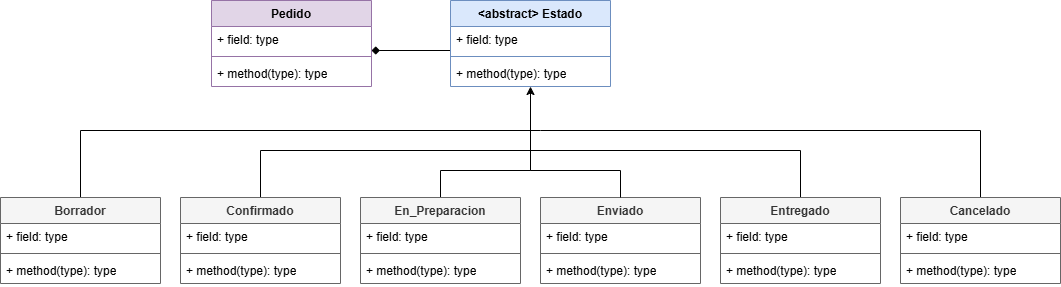
The draw.io diagram src/Pedido/UML.png in saenzlucas/UNQShop, before a commit. Source tidied: cells renumbered, new cells last; positions are measured from the earlier drawing's top-left corner, leaving out a move shared by most shapes.
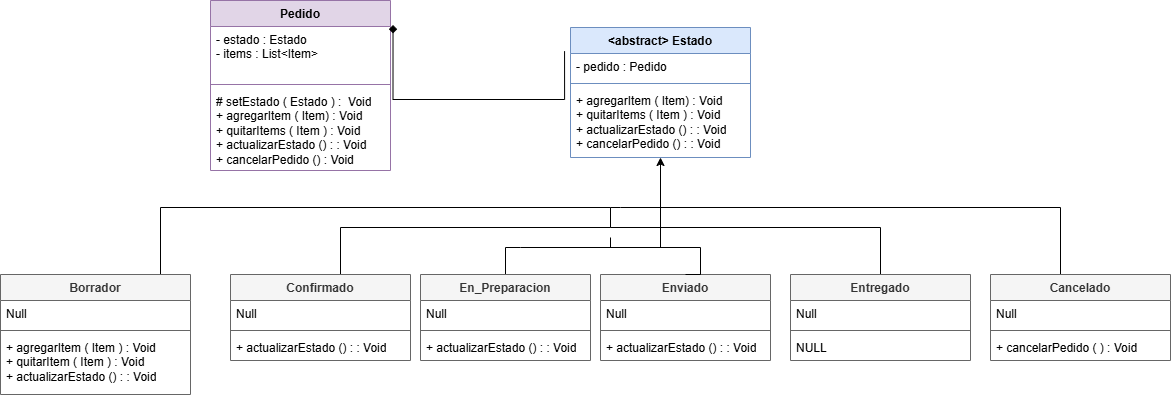
The same file after the commit.

Commit message:
se actualiza el UML

What changed in the source:
```diff
@@ -3,131 +3,131 @@
     <mxCell id="0" />
     <mxCell id="1" parent="0" />
     <mxCell id="2" value="Pedido" style="swimlane;fontStyle=1;align=center;verticalAlign=top;horizontal=1;startSize=26;whiteSpace=wrap;html=1;fillColor=#e1d5e7;strokeColor=#9673a6;" parent="1" vertex="1">
-      <mxGeometry x="211" width="160" height="86" as="geometry" />
+      <mxGeometry x="130" y="-77" width="180" height="170" as="geometry" />
     </mxCell>
-    <mxCell id="3" value="+ field: type" style="text;strokeColor=none;fillColor=none;align=left;verticalAlign=top;spacingLeft=4;spacingRight=4;overflow=hidden;whiteSpace=wrap;html=1;" parent="2" vertex="1">
-      <mxGeometry y="26" width="160" height="26" as="geometry" />
-    </mxCell>
-    <mxCell id="4" style="line;strokeWidth=1;fillColor=none;align=left;verticalAlign=middle;spacingTop=-1;spacingLeft=3;spacingRight=3;labelPosition=right;strokeColor=inherit;" parent="2" vertex="1">
-      <mxGeometry y="52" width="160" height="8" as="geometry" />
-    </mxCell>
-    <mxCell id="5" value="+ method(type): type" style="text;strokeColor=none;fillColor=none;align=left;verticalAlign=top;spacingLeft=4;spacingRight=4;overflow=hidden;whiteSpace=wrap;html=1;" parent="2" vertex="1">
-      <mxGeometry y="60" width="160" height="26" as="geometry" />
-    </mxCell>
-    <mxCell id="6" style="edgeStyle=orthogonalEdgeStyle;rounded=0;jettySize=auto;html=1;endArrow=diamond;endFill=1;exitX=-0.001;exitY=0.928;exitDx=0;exitDy=0;exitPerimeter=0;" parent="1" edge="1" source="8">
-      <mxGeometry relative="1" as="geometry">
-        <mxPoint x="371" y="50" as="targetPoint" />
-        <Array as="points">
-          <mxPoint x="371" y="50" />
-        </Array>
-      </mxGeometry>
-    </mxCell>
+    <mxCell id="41" value="- estado : Estado&lt;div&gt;- items : List&amp;lt;Item&amp;gt;&lt;/div&gt;" style="text;strokeColor=none;fillColor=none;align=left;verticalAlign=top;spacingLeft=4;spacingRight=4;overflow=hidden;whiteSpace=wrap;html=1;" parent="2" vertex="1">
+      <mxGeometry y="26" width="180" height="54" as="geometry" />
+    </mxCell>
+    <mxCell id="42" style="line;strokeWidth=1;fillColor=none;align=left;verticalAlign=middle;spacingTop=-1;spacingLeft=3;spacingRight=3;labelPosition=right;strokeColor=inherit;" parent="2" vertex="1">
+      <mxGeometry y="80" width="180" height="8" as="geometry" />
+    </mxCell>
+    <mxCell id="43" value="# setEstado ( Estado ) :&amp;nbsp; Void&lt;div&gt;+ agregarItem ( Item) : Void&lt;/div&gt;&lt;div&gt;+ quitarItems ( Item ) : Void&amp;nbsp;&lt;/div&gt;&lt;div&gt;+ actualizarEstado () : : Void&lt;/div&gt;&lt;div&gt;+ cancelarPedido () : Void&lt;/div&gt;" style="text;strokeColor=none;fillColor=none;align=left;verticalAlign=top;spacingLeft=4;spacingRight=4;overflow=hidden;whiteSpace=wrap;html=1;" parent="2" vertex="1">
+      <mxGeometry y="88" width="180" height="82" as="geometry" />
+    </mxCell>
+    <mxCell id="44" style="edgeStyle=orthogonalEdgeStyle;rounded=0;jettySize=auto;html=1;endArrow=diamond;endFill=1;exitX=-0.033;exitY=0.182;exitDx=0;exitDy=0;exitPerimeter=0;entryX=1.014;entryY=0.144;entryDx=0;entryDy=0;entryPerimeter=0;" parent="1" edge="1" source="7" target="2">
+      <mxGeometry relative="1" as="geometry">
+        <Array as="points">
+          <mxPoint x="485" y="22" />
+          <mxPoint x="313" y="22" />
+        </Array>
+      </mxGeometry>
+    </mxCell>
     <mxCell id="7" value="&amp;lt;abstract&amp;gt; Estado&lt;div&gt;&lt;br&gt;&lt;/div&gt;" style="swimlane;fontStyle=1;align=center;verticalAlign=top;horizontal=1;startSize=26;whiteSpace=wrap;html=1;fillColor=#dae8fc;strokeColor=#6c8ebf;" parent="1" vertex="1">
-      <mxGeometry x="450" width="160" height="86" as="geometry" />
+      <mxGeometry x="490" y="-50" width="180" height="130" as="geometry" />
     </mxCell>
-    <mxCell id="8" value="+ field: type" style="text;strokeColor=none;fillColor=none;align=left;verticalAlign=top;spacingLeft=4;spacingRight=4;overflow=hidden;points=[[0,0.5],[1,0.5]];portConstraint=eastwest;whiteSpace=wrap;html=1;" parent="7" vertex="1">
-      <mxGeometry y="26" width="160" height="26" as="geometry" />
-    </mxCell>
-    <mxCell id="9" style="line;strokeWidth=1;fillColor=none;align=left;verticalAlign=middle;spacingTop=-1;spacingLeft=3;spacingRight=3;labelPosition=right;strokeColor=inherit;" parent="7" vertex="1">
-      <mxGeometry y="52" width="160" height="8" as="geometry" />
-    </mxCell>
-    <mxCell id="10" value="+ method(type): type" style="text;strokeColor=none;fillColor=none;align=left;verticalAlign=top;spacingLeft=4;spacingRight=4;overflow=hidden;whiteSpace=wrap;html=1;" parent="7" vertex="1">
-      <mxGeometry y="60" width="160" height="26" as="geometry" />
-    </mxCell>
-    <mxCell id="11" style="edgeStyle=orthogonalEdgeStyle;rounded=0;jettySize=auto;html=1;endArrow=none;endFill=0;" parent="1" edge="1" source="12">
-      <mxGeometry relative="1" as="geometry">
-        <mxPoint x="530" y="130" as="targetPoint" />
-        <Array as="points">
-          <mxPoint x="80" y="130" />
-        </Array>
-      </mxGeometry>
-    </mxCell>
+    <mxCell id="45" value="- pedido : Pedido" style="text;strokeColor=none;fillColor=none;align=left;verticalAlign=top;spacingLeft=4;spacingRight=4;overflow=hidden;whiteSpace=wrap;html=1;" parent="7" vertex="1">
+      <mxGeometry y="26" width="180" height="26" as="geometry" />
+    </mxCell>
+    <mxCell id="46" style="line;strokeWidth=1;fillColor=none;align=left;verticalAlign=middle;spacingTop=-1;spacingLeft=3;spacingRight=3;labelPosition=right;strokeColor=inherit;" parent="7" vertex="1">
+      <mxGeometry y="52" width="180" height="8" as="geometry" />
+    </mxCell>
+    <mxCell id="47" value="&lt;div&gt;+ agregarItem ( Item) : Void&lt;/div&gt;&lt;div&gt;+ quitarItems ( Item ) : Void&amp;nbsp;&lt;/div&gt;&lt;div&gt;+ actualizarEstado () : : Void&lt;/div&gt;&lt;div&gt;+ cancelarPedido&lt;span style=&quot;background-color: transparent; color: light-dark(rgb(0, 0, 0), rgb(255, 255, 255));&quot;&gt;&amp;nbsp;() : : Void&lt;/span&gt;&lt;/div&gt;" style="text;strokeColor=none;fillColor=none;align=left;verticalAlign=top;spacingLeft=4;spacingRight=4;overflow=hidden;whiteSpace=wrap;html=1;" parent="7" vertex="1">
+      <mxGeometry y="60" width="180" height="70" as="geometry" />
+    </mxCell>
+    <mxCell id="48" style="edgeStyle=orthogonalEdgeStyle;rounded=0;jettySize=auto;html=1;endArrow=none;endFill=0;" parent="1" edge="1" source="12">
+      <mxGeometry relative="1" as="geometry">
+        <mxPoint x="530" y="130" as="targetPoint" />
+        <Array as="points">
+          <mxPoint x="80" y="130" />
+        </Array>
+      </mxGeometry>
+    </mxCell>
     <mxCell id="12" value="Borrador&lt;div&gt;&lt;br&gt;&lt;/div&gt;" style="swimlane;fontStyle=1;align=center;verticalAlign=top;horizontal=1;startSize=26;whiteSpace=wrap;html=1;fillColor=#f5f5f5;strokeColor=#666666;fontColor=#333333;" parent="1" vertex="1">
-      <mxGeometry y="197" width="160" height="86" as="geometry" />
+      <mxGeometry x="-80" y="197" width="190" height="120" as="geometry" />
     </mxCell>
-    <mxCell id="13" value="+ field: type" style="text;strokeColor=none;fillColor=none;align=left;verticalAlign=top;spacingLeft=4;spacingRight=4;overflow=hidden;whiteSpace=wrap;html=1;" parent="12" vertex="1">
-      <mxGeometry y="26" width="160" height="26" as="geometry" />
-    </mxCell>
-    <mxCell id="14" style="line;strokeWidth=1;fillColor=none;align=left;verticalAlign=middle;spacingTop=-1;spacingLeft=3;spacingRight=3;labelPosition=right;strokeColor=inherit;" parent="12" vertex="1">
-      <mxGeometry y="52" width="160" height="8" as="geometry" />
-    </mxCell>
-    <mxCell id="15" value="+ method(type): type" style="text;strokeColor=none;fillColor=none;align=left;verticalAlign=top;spacingLeft=4;spacingRight=4;overflow=hidden;whiteSpace=wrap;html=1;" parent="12" vertex="1">
-      <mxGeometry y="60" width="160" height="26" as="geometry" />
-    </mxCell>
-    <mxCell id="16" style="edgeStyle=orthogonalEdgeStyle;rounded=0;jettySize=auto;html=1;endArrow=none;endFill=0;exitX=0.5;exitY=0;exitDx=0;exitDy=0;" parent="1" edge="1" source="17">
-      <mxGeometry relative="1" as="geometry">
-        <mxPoint x="530" y="150" as="targetPoint" />
-        <Array as="points">
-          <mxPoint x="260" y="150" />
-        </Array>
-      </mxGeometry>
-    </mxCell>
+    <mxCell id="49" value="Null" style="text;strokeColor=none;fillColor=none;align=left;verticalAlign=top;spacingLeft=4;spacingRight=4;overflow=hidden;whiteSpace=wrap;html=1;" parent="12" vertex="1">
+      <mxGeometry y="26" width="190" height="26" as="geometry" />
+    </mxCell>
+    <mxCell id="50" style="line;strokeWidth=1;fillColor=none;align=left;verticalAlign=middle;spacingTop=-1;spacingLeft=3;spacingRight=3;labelPosition=right;strokeColor=inherit;" parent="12" vertex="1">
+      <mxGeometry y="52" width="190" height="8" as="geometry" />
+    </mxCell>
+    <mxCell id="51" value="+ agregarItem ( Item ) : Void&lt;div&gt;+ quitarItem ( Item ) : Void&lt;/div&gt;&lt;div&gt;+ actualizarEstado () : : Void&lt;/div&gt;" style="text;strokeColor=none;fillColor=none;align=left;verticalAlign=top;spacingLeft=4;spacingRight=4;overflow=hidden;whiteSpace=wrap;html=1;" parent="12" vertex="1">
+      <mxGeometry y="60" width="190" height="60" as="geometry" />
+    </mxCell>
+    <mxCell id="52" style="edgeStyle=orthogonalEdgeStyle;rounded=0;jettySize=auto;html=1;endArrow=none;endFill=0;exitX=0.5;exitY=0;exitDx=0;exitDy=0;" parent="1" edge="1" source="17">
+      <mxGeometry relative="1" as="geometry">
+        <mxPoint x="530" y="150" as="targetPoint" />
+        <Array as="points">
+          <mxPoint x="260" y="150" />
+        </Array>
+      </mxGeometry>
+    </mxCell>
     <mxCell id="17" value="Confirmado&lt;div&gt;&lt;br&gt;&lt;/div&gt;" style="swimlane;fontStyle=1;align=center;verticalAlign=top;horizontal=1;startSize=26;whiteSpace=wrap;html=1;fillColor=#f5f5f5;strokeColor=#666666;fontColor=#333333;" parent="1" vertex="1">
-      <mxGeometry x="180" y="197" width="160" height="86" as="geometry" />
+      <mxGeometry x="150" y="197" width="180" height="86" as="geometry" />
     </mxCell>
-    <mxCell id="18" value="+ field: type" style="text;strokeColor=none;fillColor=none;align=left;verticalAlign=top;spacingLeft=4;spacingRight=4;overflow=hidden;whiteSpace=wrap;html=1;" parent="17" vertex="1">
-      <mxGeometry y="26" width="160" height="26" as="geometry" />
-    </mxCell>
-    <mxCell id="19" style="line;strokeWidth=1;fillColor=none;align=left;verticalAlign=middle;spacingTop=-1;spacingLeft=3;spacingRight=3;labelPosition=right;strokeColor=inherit;" parent="17" vertex="1">
-      <mxGeometry y="52" width="160" height="8" as="geometry" />
-    </mxCell>
-    <mxCell id="20" value="+ method(type): type" style="text;strokeColor=none;fillColor=none;align=left;verticalAlign=top;spacingLeft=4;spacingRight=4;overflow=hidden;whiteSpace=wrap;html=1;" parent="17" vertex="1">
-      <mxGeometry y="60" width="160" height="26" as="geometry" />
-    </mxCell>
+    <mxCell id="53" value="Null" style="text;strokeColor=none;fillColor=none;align=left;verticalAlign=top;spacingLeft=4;spacingRight=4;overflow=hidden;whiteSpace=wrap;html=1;" parent="17" vertex="1">
+      <mxGeometry y="26" width="180" height="26" as="geometry" />
+    </mxCell>
+    <mxCell id="54" style="line;strokeWidth=1;fillColor=none;align=left;verticalAlign=middle;spacingTop=-1;spacingLeft=3;spacingRight=3;labelPosition=right;strokeColor=inherit;" parent="17" vertex="1">
+      <mxGeometry y="52" width="180" height="8" as="geometry" />
+    </mxCell>
+    <mxCell id="55" value="+ actualizarEstado () : : Void" style="text;strokeColor=none;fillColor=none;align=left;verticalAlign=top;spacingLeft=4;spacingRight=4;overflow=hidden;whiteSpace=wrap;html=1;" parent="17" vertex="1">
+      <mxGeometry y="60" width="180" height="26" as="geometry" />
+    </mxCell>
     <mxCell id="21" value="Enviado" style="swimlane;fontStyle=1;align=center;verticalAlign=top;horizontal=1;startSize=26;whiteSpace=wrap;html=1;fillColor=#f5f5f5;strokeColor=#666666;fontColor=#333333;" parent="1" vertex="1">
-      <mxGeometry x="540" y="197" width="160" height="86" as="geometry" />
+      <mxGeometry x="520" y="197" width="170" height="86" as="geometry" />
     </mxCell>
-    <mxCell id="22" value="+ field: type" style="text;strokeColor=none;fillColor=none;align=left;verticalAlign=top;spacingLeft=4;spacingRight=4;overflow=hidden;whiteSpace=wrap;html=1;" parent="21" vertex="1">
-      <mxGeometry y="26" width="160" height="26" as="geometry" />
-    </mxCell>
-    <mxCell id="23" style="line;strokeWidth=1;fillColor=none;align=left;verticalAlign=middle;spacingTop=-1;spacingLeft=3;spacingRight=3;labelPosition=right;strokeColor=inherit;" parent="21" vertex="1">
-      <mxGeometry y="52" width="160" height="8" as="geometry" />
-    </mxCell>
-    <mxCell id="24" value="+ method(type): type" style="text;strokeColor=none;fillColor=none;align=left;verticalAlign=top;spacingLeft=4;spacingRight=4;overflow=hidden;whiteSpace=wrap;html=1;" parent="21" vertex="1">
-      <mxGeometry y="60" width="160" height="26" as="geometry" />
-    </mxCell>
-    <mxCell id="25" style="edgeStyle=orthogonalEdgeStyle;rounded=0;jettySize=auto;html=1;endArrow=none;endFill=0;" parent="1" edge="1" source="26">
-      <mxGeometry relative="1" as="geometry">
-        <mxPoint x="530" y="130" as="targetPoint" />
-        <Array as="points">
-          <mxPoint x="980" y="130" />
-          <mxPoint x="540" y="130" />
-        </Array>
-      </mxGeometry>
-    </mxCell>
+    <mxCell id="56" value="Null" style="text;strokeColor=none;fillColor=none;align=left;verticalAlign=top;spacingLeft=4;spacingRight=4;overflow=hidden;whiteSpace=wrap;html=1;" parent="21" vertex="1">
+      <mxGeometry y="26" width="170" height="26" as="geometry" />
+    </mxCell>
+    <mxCell id="57" style="line;strokeWidth=1;fillColor=none;align=left;verticalAlign=middle;spacingTop=-1;spacingLeft=3;spacingRight=3;labelPosition=right;strokeColor=inherit;" parent="21" vertex="1">
+      <mxGeometry y="52" width="170" height="8" as="geometry" />
+    </mxCell>
+    <mxCell id="58" value="+ actualizarEstado () : : Void" style="text;strokeColor=none;fillColor=none;align=left;verticalAlign=top;spacingLeft=4;spacingRight=4;overflow=hidden;whiteSpace=wrap;html=1;" parent="21" vertex="1">
+      <mxGeometry y="60" width="170" height="26" as="geometry" />
+    </mxCell>
+    <mxCell id="59" style="edgeStyle=orthogonalEdgeStyle;rounded=0;jettySize=auto;html=1;endArrow=none;endFill=0;" parent="1" edge="1" source="26">
+      <mxGeometry relative="1" as="geometry">
+        <mxPoint x="530" y="130" as="targetPoint" />
+        <Array as="points">
+          <mxPoint x="980" y="130" />
+          <mxPoint x="540" y="130" />
+        </Array>
+      </mxGeometry>
+    </mxCell>
     <mxCell id="26" value="Cancelado&lt;div&gt;&lt;br&gt;&lt;/div&gt;" style="swimlane;fontStyle=1;align=center;verticalAlign=top;horizontal=1;startSize=26;whiteSpace=wrap;html=1;fillColor=#f5f5f5;fontColor=#333333;strokeColor=#666666;" parent="1" vertex="1">
-      <mxGeometry x="900" y="197" width="160" height="86" as="geometry" />
+      <mxGeometry x="910" y="197" width="180" height="86" as="geometry" />
     </mxCell>
-    <mxCell id="27" value="+ field: type" style="text;strokeColor=none;fillColor=none;align=left;verticalAlign=top;spacingLeft=4;spacingRight=4;overflow=hidden;whiteSpace=wrap;html=1;" parent="26" vertex="1">
-      <mxGeometry y="26" width="160" height="26" as="geometry" />
-    </mxCell>
-    <mxCell id="28" style="line;strokeWidth=1;fillColor=none;align=left;verticalAlign=middle;spacingTop=-1;spacingLeft=3;spacingRight=3;labelPosition=right;strokeColor=inherit;" parent="26" vertex="1">
-      <mxGeometry y="52" width="160" height="8" as="geometry" />
-    </mxCell>
-    <mxCell id="29" value="+ method(type): type" style="text;strokeColor=none;fillColor=none;align=left;verticalAlign=top;spacingLeft=4;spacingRight=4;overflow=hidden;whiteSpace=wrap;html=1;" parent="26" vertex="1">
-      <mxGeometry y="60" width="160" height="26" as="geometry" />
-    </mxCell>
-    <mxCell id="30" style="edgeStyle=orthogonalEdgeStyle;rounded=0;jettySize=auto;html=1;exitX=0.5;exitY=0;exitDx=0;exitDy=0;endArrow=none;endFill=0;" parent="1" edge="1" source="31">
-      <mxGeometry relative="1" as="geometry">
-        <mxPoint x="530" y="130" as="targetPoint" />
-        <Array as="points">
-          <mxPoint x="800" y="150" />
-          <mxPoint x="530" y="150" />
-        </Array>
-      </mxGeometry>
-    </mxCell>
+    <mxCell id="60" value="Null" style="text;strokeColor=none;fillColor=none;align=left;verticalAlign=top;spacingLeft=4;spacingRight=4;overflow=hidden;whiteSpace=wrap;html=1;" parent="26" vertex="1">
+      <mxGeometry y="26" width="180" height="26" as="geometry" />
+    </mxCell>
+    <mxCell id="61" style="line;strokeWidth=1;fillColor=none;align=left;verticalAlign=middle;spacingTop=-1;spacingLeft=3;spacingRight=3;labelPosition=right;strokeColor=inherit;" parent="26" vertex="1">
+      <mxGeometry y="52" width="180" height="8" as="geometry" />
+    </mxCell>
+    <mxCell id="62" value="+ cancelarPedido ( ) : Void" style="text;strokeColor=none;fillColor=none;align=left;verticalAlign=top;spacingLeft=4;spacingRight=4;overflow=hidden;whiteSpace=wrap;html=1;" parent="26" vertex="1">
+      <mxGeometry y="60" width="180" height="26" as="geometry" />
+    </mxCell>
+    <mxCell id="63" style="edgeStyle=orthogonalEdgeStyle;rounded=0;jettySize=auto;html=1;exitX=0.5;exitY=0;exitDx=0;exitDy=0;endArrow=none;endFill=0;" parent="1" edge="1" source="31">
+      <mxGeometry relative="1" as="geometry">
+        <mxPoint x="530" y="130" as="targetPoint" />
+        <Array as="points">
+          <mxPoint x="800" y="150" />
+          <mxPoint x="530" y="150" />
+        </Array>
+      </mxGeometry>
+    </mxCell>
     <mxCell id="31" value="Entregado" style="swimlane;fontStyle=1;align=center;verticalAlign=top;horizontal=1;startSize=26;whiteSpace=wrap;html=1;fillColor=#f5f5f5;strokeColor=#666666;fontColor=#333333;" parent="1" vertex="1">
-      <mxGeometry x="720" y="197" width="160" height="86" as="geometry" />
+      <mxGeometry x="710" y="197" width="180" height="86" as="geometry" />
     </mxCell>
-    <mxCell id="32" value="+ field: type" style="text;strokeColor=none;fillColor=none;align=left;verticalAlign=top;spacingLeft=4;spacingRight=4;overflow=hidden;whiteSpace=wrap;html=1;" parent="31" vertex="1">
-      <mxGeometry y="26" width="160" height="26" as="geometry" />
-    </mxCell>
-    <mxCell id="33" style="line;strokeWidth=1;fillColor=none;align=left;verticalAlign=middle;spacingTop=-1;spacingLeft=3;spacingRight=3;labelPosition=right;strokeColor=inherit;" parent="31" vertex="1">
-      <mxGeometry y="52" width="160" height="8" as="geometry" />
-    </mxCell>
-    <mxCell id="34" value="+ method(type): type" style="text;strokeColor=none;fillColor=none;align=left;verticalAlign=top;spacingLeft=4;spacingRight=4;overflow=hidden;whiteSpace=wrap;html=1;" parent="31" vertex="1">
-      <mxGeometry y="60" width="160" height="26" as="geometry" />
-    </mxCell>
+    <mxCell id="64" value="Null" style="text;strokeColor=none;fillColor=none;align=left;verticalAlign=top;spacingLeft=4;spacingRight=4;overflow=hidden;whiteSpace=wrap;html=1;" parent="31" vertex="1">
+      <mxGeometry y="26" width="180" height="26" as="geometry" />
+    </mxCell>
+    <mxCell id="65" style="line;strokeWidth=1;fillColor=none;align=left;verticalAlign=middle;spacingTop=-1;spacingLeft=3;spacingRight=3;labelPosition=right;strokeColor=inherit;" parent="31" vertex="1">
+      <mxGeometry y="52" width="180" height="8" as="geometry" />
+    </mxCell>
+    <mxCell id="66" value="NULL" style="text;strokeColor=none;fillColor=none;align=left;verticalAlign=top;spacingLeft=4;spacingRight=4;overflow=hidden;whiteSpace=wrap;html=1;" parent="31" vertex="1">
+      <mxGeometry y="60" width="180" height="26" as="geometry" />
+    </mxCell>
     <mxCell id="35" style="edgeStyle=orthogonalEdgeStyle;rounded=0;jettySize=auto;html=1;entryX=0.5;entryY=1;entryDx=0;entryDy=0;exitX=0.5;exitY=0;exitDx=0;exitDy=0;" parent="1" edge="1" source="36" target="7">
       <mxGeometry relative="1" as="geometry">
         <Array as="points">
@@ -137,25 +137,25 @@
       </mxGeometry>
     </mxCell>
     <mxCell id="36" value="En_Preparacion" style="swimlane;fontStyle=1;align=center;verticalAlign=top;horizontal=1;startSize=26;whiteSpace=wrap;html=1;fillColor=#f5f5f5;strokeColor=#666666;fontColor=#333333;" parent="1" vertex="1">
-      <mxGeometry x="360" y="197" width="160" height="86" as="geometry" />
+      <mxGeometry x="340" y="197" width="170" height="86" as="geometry" />
     </mxCell>
-    <mxCell id="37" value="+ field: type" style="text;strokeColor=none;fillColor=none;align=left;verticalAlign=top;spacingLeft=4;spacingRight=4;overflow=hidden;whiteSpace=wrap;html=1;" parent="36" vertex="1">
-      <mxGeometry y="26" width="160" height="26" as="geometry" />
-    </mxCell>
-    <mxCell id="38" style="line;strokeWidth=1;fillColor=none;align=left;verticalAlign=middle;spacingTop=-1;spacingLeft=3;spacingRight=3;labelPosition=right;strokeColor=inherit;" parent="36" vertex="1">
-      <mxGeometry y="52" width="160" height="8" as="geometry" />
-    </mxCell>
-    <mxCell id="39" value="+ method(type): type" style="text;strokeColor=none;fillColor=none;align=left;verticalAlign=top;spacingLeft=4;spacingRight=4;overflow=hidden;whiteSpace=wrap;html=1;" parent="36" vertex="1">
-      <mxGeometry y="60" width="160" height="26" as="geometry" />
-    </mxCell>
-    <mxCell id="40" style="edgeStyle=orthogonalEdgeStyle;rounded=0;jettySize=auto;html=1;endArrow=none;endFill=0;exitX=0.5;exitY=0;exitDx=0;exitDy=0;" parent="1" edge="1" source="21">
-      <mxGeometry relative="1" as="geometry">
-        <mxPoint x="530" y="160" as="targetPoint" />
-        <Array as="points">
-          <mxPoint x="620" y="170" />
-          <mxPoint x="530" y="170" />
-        </Array>
-      </mxGeometry>
-    </mxCell>
+    <mxCell id="67" value="Null" style="text;strokeColor=none;fillColor=none;align=left;verticalAlign=top;spacingLeft=4;spacingRight=4;overflow=hidden;whiteSpace=wrap;html=1;" parent="36" vertex="1">
+      <mxGeometry y="26" width="170" height="26" as="geometry" />
+    </mxCell>
+    <mxCell id="68" style="line;strokeWidth=1;fillColor=none;align=left;verticalAlign=middle;spacingTop=-1;spacingLeft=3;spacingRight=3;labelPosition=right;strokeColor=inherit;" parent="36" vertex="1">
+      <mxGeometry y="52" width="170" height="8" as="geometry" />
+    </mxCell>
+    <mxCell id="69" value="+ actualizarEstado () : : Void" style="text;strokeColor=none;fillColor=none;align=left;verticalAlign=top;spacingLeft=4;spacingRight=4;overflow=hidden;whiteSpace=wrap;html=1;" parent="36" vertex="1">
+      <mxGeometry y="60" width="170" height="26" as="geometry" />
+    </mxCell>
+    <mxCell id="70" style="edgeStyle=orthogonalEdgeStyle;rounded=0;jettySize=auto;html=1;endArrow=none;endFill=0;exitX=0.5;exitY=0;exitDx=0;exitDy=0;" parent="1" edge="1" source="21">
+      <mxGeometry relative="1" as="geometry">
+        <mxPoint x="530" y="160" as="targetPoint" />
+        <Array as="points">
+          <mxPoint x="620" y="170" />
+          <mxPoint x="530" y="170" />
+        </Array>
+      </mxGeometry>
+    </mxCell>
   </root>
 </mxGraphModel>
```
